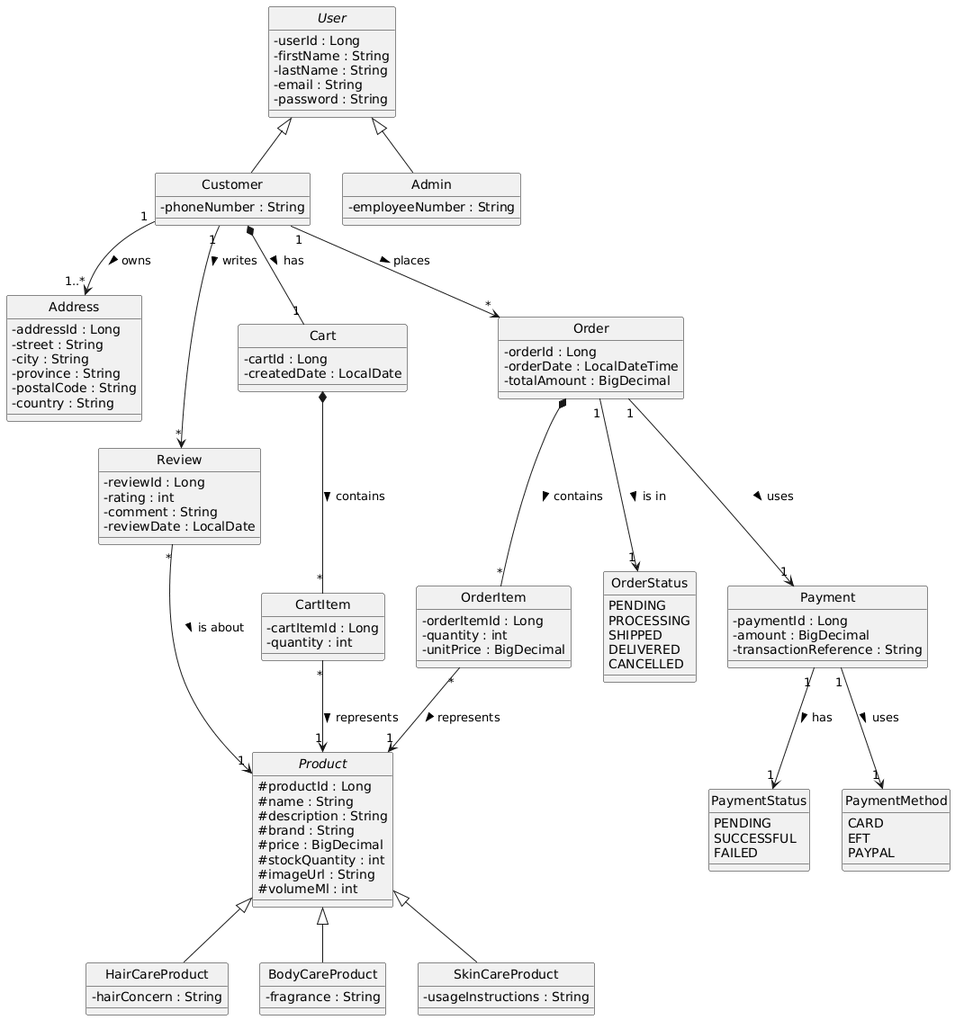
AndileLebogang/RadiantSkin keeps this PlantUML diagram as UML.png. Above is the earlier version. The source it was exported from:
```plantuml
@startuml
skinparam classAttributeIconSize 0
skinparam monochrome true
hide circle

abstract class User {
  - userId : Long
  - firstName : String
  - lastName : String
  - email : String
  - password : String
}

abstract class Product {
  # productId : Long
  # name : String
  # description : String
  # brand : String
  # price : BigDecimal
  # stockQuantity : int
  # imageUrl : String
  # volumeMl : int
}

class Customer {
  - phoneNumber : String
}

class Admin {
  - employeeNumber : String
}

User <|-- Customer
User <|-- Admin

class HairCareProduct {
  - hairConcern : String
}

class BodyCareProduct {
  - fragrance : String
}

class SkinCareProduct {
  - usageInstructions : String
}

Product <|-- HairCareProduct
Product <|-- BodyCareProduct
Product <|-- SkinCareProduct

class Address {
  - addressId : Long
  - street : String
  - city : String
  - province : String
  - postalCode : String
  - country : String
}

class Cart {
  - cartId : Long
  - createdDate : LocalDate
}

class CartItem {
  - cartItemId : Long
  - quantity : int
}

class Order {
  - orderId : Long
  - orderDate : LocalDateTime
  - totalAmount : BigDecimal
}

class OrderItem {
  - orderItemId : Long
  - quantity : int
  - unitPrice : BigDecimal
}

class Payment {
  - paymentId : Long
  - amount : BigDecimal
  - transactionReference : String
}

class Review {
  - reviewId : Long
  - rating : int
  - comment : String
  - reviewDate : LocalDate
}

enum OrderStatus {
  PENDING
  PROCESSING
  SHIPPED
  DELIVERED
  CANCELLED
}

enum PaymentStatus {
  PENDING
  SUCCESSFUL
  FAILED
}

enum PaymentMethod {
  CARD
  EFT
  PAYPAL
}


Customer "1" --> "1..*" Address : owns >
Customer *-- "1" Cart : has >
Customer "1" --> "*" Order : places >
Customer "1" --> "*" Review : writes >

Cart *-- "*" CartItem : contains >
CartItem "*" --> "1" Product : represents >

Order *-- "*" OrderItem : contains >
OrderItem "*" --> "1" Product : represents >
Order "1" --> "1" Payment : uses >
Order "1" --> "1" OrderStatus : is in >

Payment "1" --> "1" PaymentStatus : has >
Payment "1" --> "1" PaymentMethod : uses >

Review "*" --> "1" Product : is about >
@enduml
```
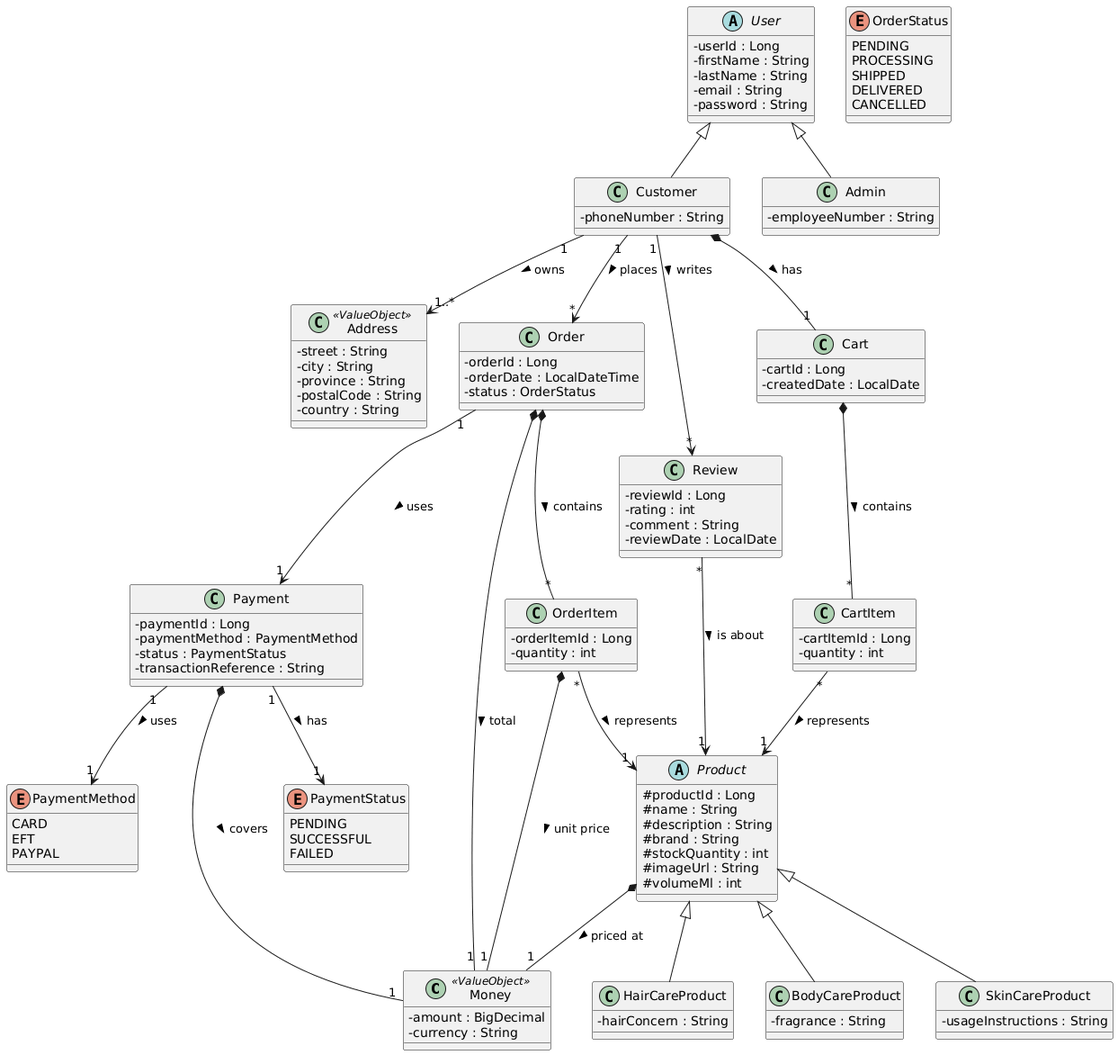
Above is the later version.

What changed in the source:
```diff
@@ -1,7 +1,18 @@
 @startuml
 skinparam classAttributeIconSize 0
-skinparam monochrome true
-hide circle
+
+class Money <<ValueObject>> {
+  - amount : BigDecimal
+  - currency : String
+}
+
+class Address <<ValueObject>> {
+  - street : String
+  - city : String
+  - province : String
+  - postalCode : String
+  - country : String
+}
 
 abstract class User {
   - userId : Long
@@ -16,7 +27,6 @@
   # name : String
   # description : String
   # brand : String
-  # price : BigDecimal
   # stockQuantity : int
   # imageUrl : String
   # volumeMl : int
@@ -49,15 +59,6 @@
 Product <|-- BodyCareProduct
 Product <|-- SkinCareProduct
 
-class Address {
-  - addressId : Long
-  - street : String
-  - city : String
-  - province : String
-  - postalCode : String
-  - country : String
-}
-
 class Cart {
   - cartId : Long
   - createdDate : LocalDate
@@ -71,18 +72,18 @@
 class Order {
   - orderId : Long
   - orderDate : LocalDateTime
-  - totalAmount : BigDecimal
+  - status : OrderStatus
 }
 
 class OrderItem {
   - orderItemId : Long
   - quantity : int
-  - unitPrice : BigDecimal
 }
 
 class Payment {
   - paymentId : Long
-  - amount : BigDecimal
+  - paymentMethod : PaymentMethod
+  - status : PaymentStatus
   - transactionReference : String
 }
 
@@ -125,7 +126,11 @@
 Order *-- "*" OrderItem : contains >
 OrderItem "*" --> "1" Product : represents >
 Order "1" --> "1" Payment : uses >
-Order "1" --> "1" OrderStatus : is in >
+
+Product *-- "1" Money : priced at >
+Order *-- "1" Money : total >
+OrderItem *-- "1" Money : unit price >
+Payment *-- "1" Money : covers >
 
 Payment "1" --> "1" PaymentStatus : has >
 Payment "1" --> "1" PaymentMethod : uses >
```
